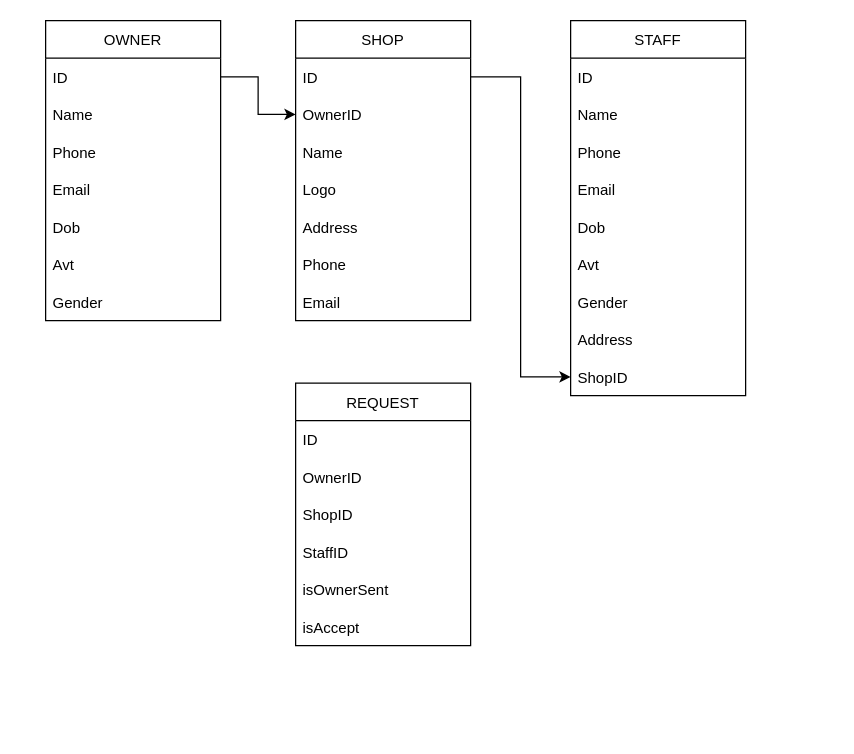
Before: page "Page-1" (1 of 2) of Untitled Diagram.drawio in NHKhang132/MapleStory-Web, a draw.io diagram. Source tidied: cells renumbered, new cells numbered last; positions are measured from the earlier drawing's top-left corner, leaving out a move shared by most shapes. Both pictures are drawn from the tidied source at 125%, with x=0, y=0 at pixel (45, 20).
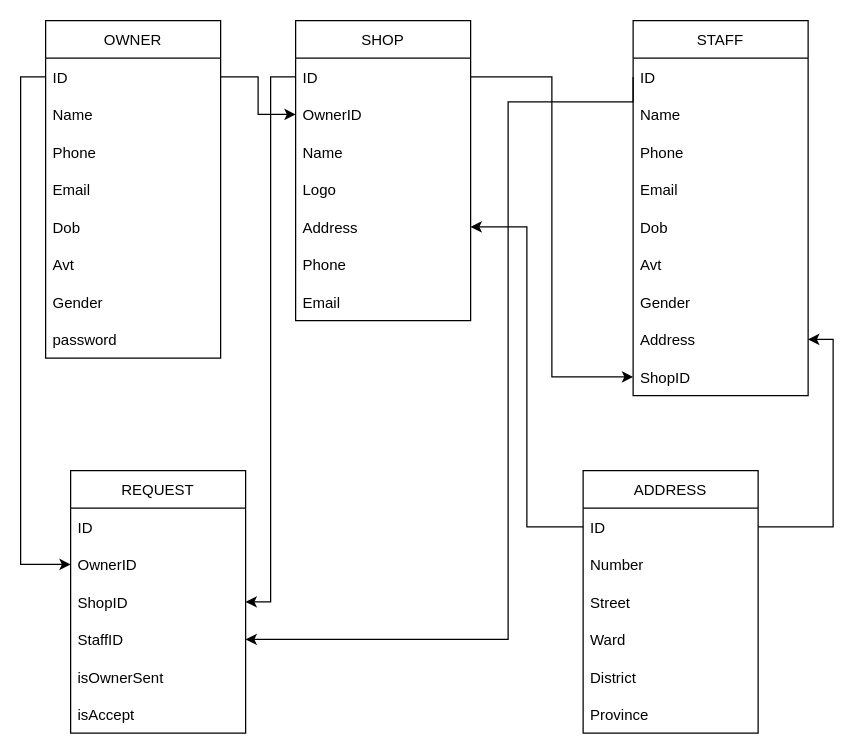
Above is the later version.

The change refers to these unchanged cells:
```xml
<mxCell id="3" value="ID" style="text;strokeColor=none;fillColor=none;align=left;verticalAlign=middle;spacingLeft=4;spacingRight=4;overflow=hidden;points=[[0,0.5],[1,0.5]];portConstraint=eastwest;" parent="2" vertex="1">
  <mxGeometry y="30" width="140" height="30" as="geometry" />
</mxCell>
<mxCell id="11" value="ID" style="text;strokeColor=none;fillColor=none;align=left;verticalAlign=middle;spacingLeft=4;spacingRight=4;overflow=hidden;points=[[0,0.5],[1,0.5]];portConstraint=eastwest;" parent="10" vertex="1">
  <mxGeometry y="30" width="140" height="30" as="geometry" />
</mxCell>
<mxCell id="15" value="Address" style="text;strokeColor=none;fillColor=none;align=left;verticalAlign=middle;spacingLeft=4;spacingRight=4;overflow=hidden;points=[[0,0.5],[1,0.5]];portConstraint=eastwest;" parent="10" vertex="1">
  <mxGeometry y="150" width="140" height="30" as="geometry" />
</mxCell>
<mxCell id="19" value="ID" style="text;strokeColor=none;fillColor=none;align=left;verticalAlign=middle;spacingLeft=4;spacingRight=4;overflow=hidden;points=[[0,0.5],[1,0.5]];portConstraint=eastwest;" parent="18" vertex="1">
  <mxGeometry y="30" width="140" height="30" as="geometry" />
</mxCell>
<mxCell id="26" value="Address" style="text;strokeColor=none;fillColor=none;align=left;verticalAlign=middle;spacingLeft=4;spacingRight=4;overflow=hidden;points=[[0,0.5],[1,0.5]];portConstraint=eastwest;" parent="18" vertex="1">
  <mxGeometry y="240" width="140" height="30" as="geometry" />
</mxCell>
<mxCell id="32" value="OwnerID" style="text;strokeColor=none;fillColor=none;align=left;verticalAlign=middle;spacingLeft=4;spacingRight=4;overflow=hidden;points=[[0,0.5],[1,0.5]];portConstraint=eastwest;" parent="30" vertex="1">
  <mxGeometry y="60" width="140" height="30" as="geometry" />
</mxCell>
<mxCell id="33" value="ShopID" style="text;strokeColor=none;fillColor=none;align=left;verticalAlign=middle;spacingLeft=4;spacingRight=4;overflow=hidden;points=[[0,0.5],[1,0.5]];portConstraint=eastwest;" parent="30" vertex="1">
  <mxGeometry y="90" width="140" height="30" as="geometry" />
</mxCell>
<mxCell id="34" value="StaffID" style="text;strokeColor=none;fillColor=none;align=left;verticalAlign=middle;spacingLeft=4;spacingRight=4;overflow=hidden;points=[[0,0.5],[1,0.5]];portConstraint=eastwest;" parent="30" vertex="1">
  <mxGeometry y="120" width="140" height="30" as="geometry" />
</mxCell>
```

Change to the diagram source:
```diff
@@
     <mxCell id="2" value="OWNER" style="swimlane;fontStyle=0;horizontal=1;startSize=30;" parent="1" vertex="1">
-      <mxGeometry width="140" height="240" as="geometry" />
+      <mxGeometry width="140" height="270" as="geometry" />
     </mxCell>
@@
+    <mxCell id="37" value="password" style="text;strokeColor=none;fillColor=none;align=left;verticalAlign=middle;spacingLeft=4;spacingRight=4;overflow=hidden;" parent="2" vertex="1">
+      <mxGeometry y="240" width="140" height="30" as="geometry" />
+    </mxCell>
@@
     <mxCell id="18" value="STAFF" style="swimlane;fontStyle=0;horizontal=1;startSize=30;" parent="1" vertex="1">
-      <mxGeometry x="420" width="140" height="300" as="geometry" />
+      <mxGeometry x="470" width="140" height="300" as="geometry" />
     </mxCell>
@@
     <mxCell id="30" value="REQUEST" style="swimlane;fontStyle=0;horizontal=1;startSize=30;" parent="1" vertex="1">
-      <mxGeometry x="200" y="290" width="140" height="210" as="geometry" />
+      <mxGeometry x="20" y="360" width="140" height="210" as="geometry" />
     </mxCell>
@@
+    <mxCell id="38" value="ADDRESS" style="swimlane;fontStyle=0;horizontal=1;startSize=30;" parent="1" vertex="1">
+      <mxGeometry x="430" y="360" width="140" height="210" as="geometry" />
+    </mxCell>
+    <mxCell id="39" value="ID" style="text;strokeColor=none;fillColor=none;align=left;verticalAlign=middle;spacingLeft=4;spacingRight=4;overflow=hidden;points=[[0,0.5],[1,0.5]];portConstraint=eastwest;" parent="38" vertex="1">
+      <mxGeometry y="30" width="140" height="30" as="geometry" />
+    </mxCell>
+    <mxCell id="40" value="Number" style="text;strokeColor=none;fillColor=none;align=left;verticalAlign=middle;spacingLeft=4;spacingRight=4;overflow=hidden;" parent="38" vertex="1">
+      <mxGeometry y="60" width="140" height="30" as="geometry" />
+    </mxCell>
+    <mxCell id="41" value="Street" style="text;strokeColor=none;fillColor=none;align=left;verticalAlign=middle;spacingLeft=4;spacingRight=4;overflow=hidden;" parent="38" vertex="1">
+      <mxGeometry y="90" width="140" height="30" as="geometry" />
+    </mxCell>
+    <mxCell id="42" value="Ward" style="text;strokeColor=none;fillColor=none;align=left;verticalAlign=middle;spacingLeft=4;spacingRight=4;overflow=hidden;" parent="38" vertex="1">
+      <mxGeometry y="120" width="140" height="30" as="geometry" />
+    </mxCell>
+    <mxCell id="43" value="District" style="text;strokeColor=none;fillColor=none;align=left;verticalAlign=middle;spacingLeft=4;spacingRight=4;overflow=hidden;" parent="38" vertex="1">
+      <mxGeometry y="150" width="140" height="30" as="geometry" />
+    </mxCell>
+    <mxCell id="44" value="Province" style="text;strokeColor=none;fillColor=none;align=left;verticalAlign=middle;spacingLeft=4;spacingRight=4;overflow=hidden;" parent="38" vertex="1">
+      <mxGeometry y="180" width="140" height="30" as="geometry" />
+    </mxCell>
+    <mxCell id="45" style="edgeStyle=orthogonalEdgeStyle;rounded=0;jettySize=auto;html=1;exitX=0;exitY=0.5;exitDx=0;exitDy=0;entryX=1;entryY=0.5;entryDx=0;entryDy=0;" parent="1" edge="1" source="39" target="15">
+      <mxGeometry relative="1" as="geometry" />
+    </mxCell>
+    <mxCell id="46" style="edgeStyle=orthogonalEdgeStyle;rounded=0;jettySize=auto;html=1;exitX=1;exitY=0.5;exitDx=0;exitDy=0;entryX=1;entryY=0.5;entryDx=0;entryDy=0;" parent="1" edge="1" source="39" target="26">
+      <mxGeometry relative="1" as="geometry" />
+    </mxCell>
+    <mxCell id="47" style="edgeStyle=orthogonalEdgeStyle;rounded=0;jettySize=auto;html=1;exitX=0;exitY=0.5;exitDx=0;exitDy=0;entryX=1;entryY=0.5;entryDx=0;entryDy=0;" parent="1" edge="1" source="19" target="34">
+      <mxGeometry relative="1" as="geometry">
+        <Array as="points">
+          <mxPoint x="370" y="65" />
+          <mxPoint x="370" y="495" />
+        </Array>
+      </mxGeometry>
+    </mxCell>
+    <mxCell id="48" style="edgeStyle=orthogonalEdgeStyle;rounded=0;jettySize=auto;html=1;exitX=0;exitY=0.5;exitDx=0;exitDy=0;entryX=1;entryY=0.5;entryDx=0;entryDy=0;" parent="1" edge="1" source="11" target="33">
+      <mxGeometry relative="1" as="geometry" />
+    </mxCell>
+    <mxCell id="49" style="edgeStyle=orthogonalEdgeStyle;rounded=0;jettySize=auto;html=1;exitX=0;exitY=0.5;exitDx=0;exitDy=0;entryX=0;entryY=0.5;entryDx=0;entryDy=0;" parent="1" edge="1" source="3" target="32">
+      <mxGeometry relative="1" as="geometry" />
+    </mxCell>
```
